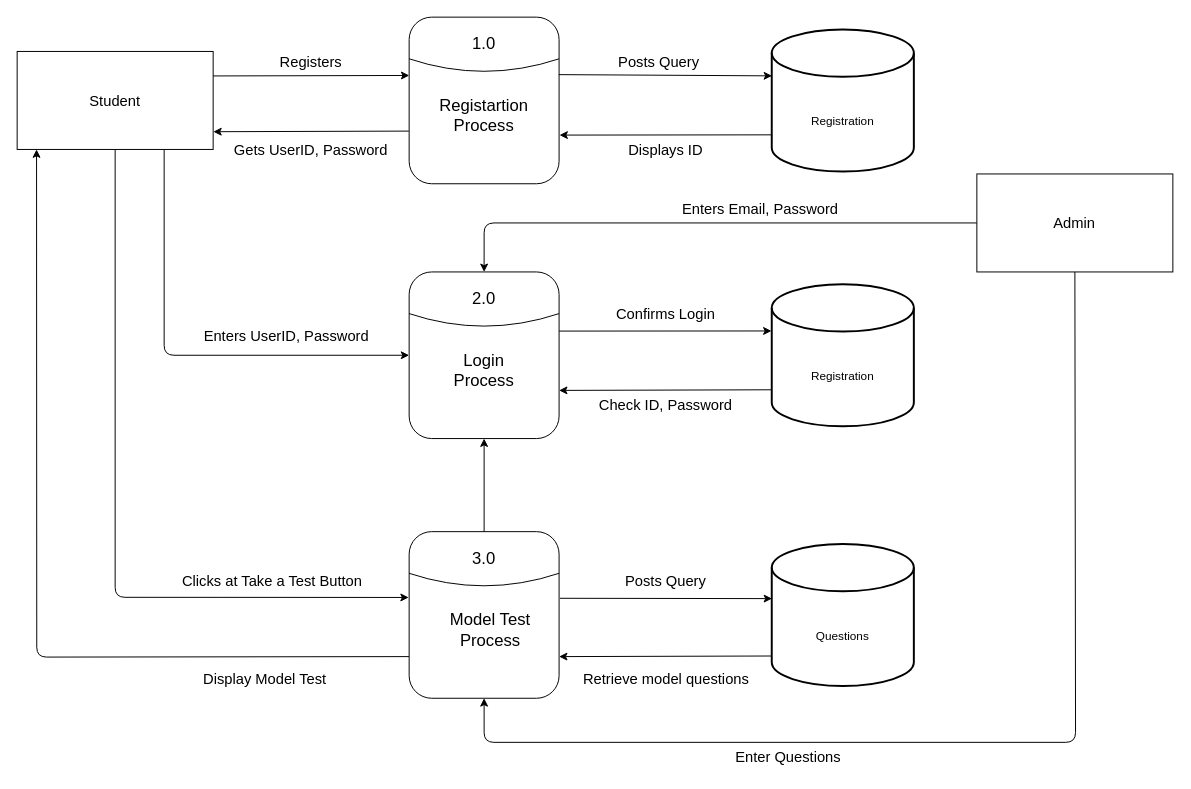
ghanteyyy/Online-Entrance-Preparation keeps this draw.io diagram as static/Project Diagram/Editable Designs/DFD - Level 1.drawio. Above is the earlier version. Source tidied: cells renumbered, new cells numbered last; positions are measured from the earlier drawing's top-left corner, leaving out a move shared by most shapes. Both pictures are drawn from the tidied source at 98%, with x=0, y=0 at pixel (17, 17).
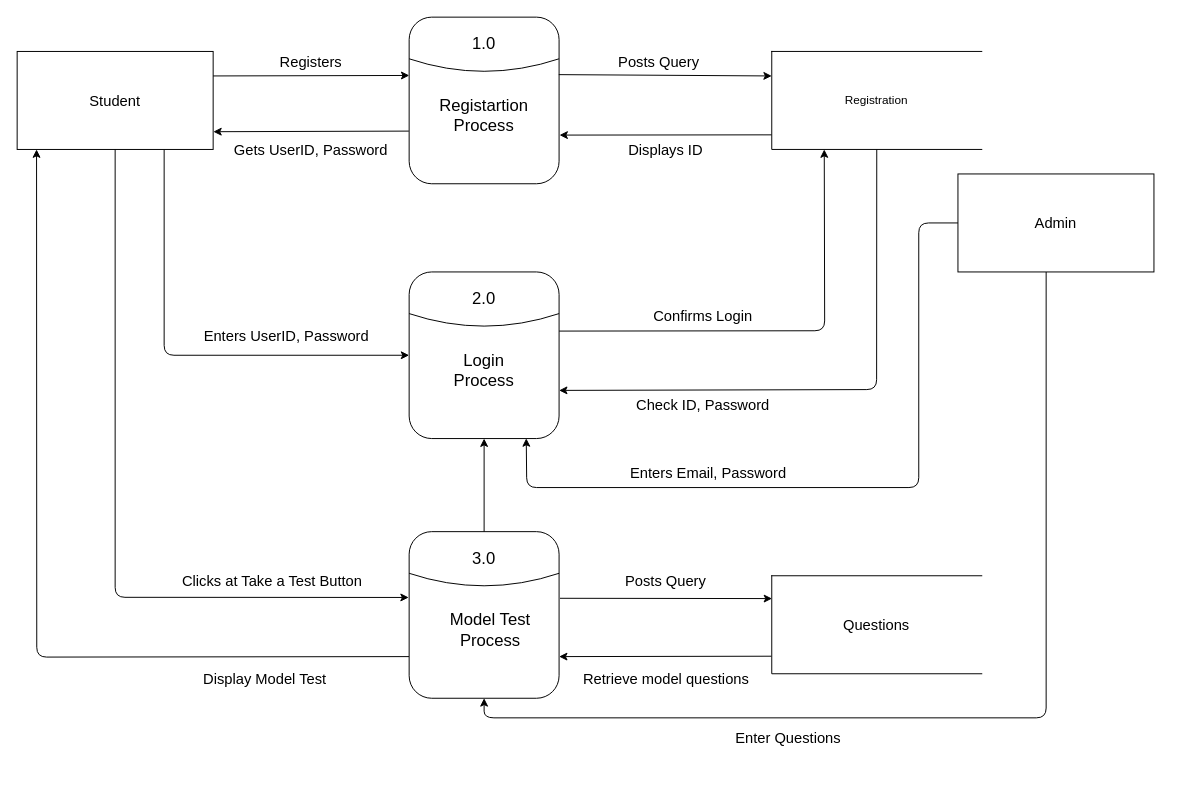
The same diagram, later.

Commit message (it also covers changes not shown here):
Updated diagrams and designs

The change refers to these unchanged cells:
```xml
<mxCell id="22" style="rounded=1;whiteSpace=wrap;html=1;" parent="21" vertex="1">
  <mxGeometry width="153" height="170" as="geometry" />
</mxCell>
<mxCell id="29" style="rounded=1;whiteSpace=wrap;html=1;" parent="28" vertex="1">
  <mxGeometry width="153" height="170" as="geometry" />
</mxCell>
<mxCell id="34" style="rounded=1;whiteSpace=wrap;html=1;" parent="33" vertex="1">
  <mxGeometry width="153" height="170" as="geometry" />
</mxCell>
```

The edit, as a diff of the source:
```diff
@@
-    <mxCell id="14" style="endArrow=classic;html=1;rounded=0;exitX=1;exitY=0.355;exitDx=0;exitDy=0;entryX=-0.002;entryY=0.329;entryDx=0;entryDy=0;exitPerimeter=0;entryPerimeter=0;" parent="1" edge="1" source="29" target="46">
-      <mxGeometry relative="1" as="geometry" />
+    <mxCell id="14" style="endArrow=classic;html=1;rounded=1;exitX=1;exitY=0.355;exitDx=0;exitDy=0;exitPerimeter=0;entryX=0.25;entryY=1;entryDx=0;entryDy=0;curved=0;" parent="1" edge="1" source="29" target="49">
+      <mxGeometry relative="1" as="geometry">
+        <Array as="points">
+          <mxPoint x="824" y="320" />
+        </Array>
+      </mxGeometry>
     </mxCell>
-    <mxCell id="15" style="endArrow=classic;html=1;rounded=0;exitX=-0.001;exitY=0.743;exitDx=0;exitDy=0;entryX=1;entryY=0.711;entryDx=0;entryDy=0;entryPerimeter=0;exitPerimeter=0;" parent="1" edge="1" source="46" target="29">
-      <mxGeometry relative="1" as="geometry" />
+    <mxCell id="15" style="endArrow=classic;html=1;rounded=1;entryX=1;entryY=0.711;entryDx=0;entryDy=0;entryPerimeter=0;exitX=0.5;exitY=1;exitDx=0;exitDy=0;curved=0;" parent="1" edge="1" source="49" target="29">
+      <mxGeometry relative="1" as="geometry">
+        <Array as="points">
+          <mxPoint x="877" y="380" />
+        </Array>
+      </mxGeometry>
     </mxCell>
     <mxCell id="16" value="&lt;font style=&quot;font-size: 15px;&quot;&gt;Check ID, Password&lt;/font&gt;" style="text;html=1;strokeColor=none;fillColor=none;align=center;verticalAlign=middle;whiteSpace=wrap;rounded=0;" parent="1" vertex="1">
-      <mxGeometry x="591.8" y="380" width="140" height="30" as="geometry" />
+      <mxGeometry x="630" y="380" width="140" height="30" as="geometry" />
     </mxCell>
     <mxCell id="17" value="&lt;font style=&quot;font-size: 15px;&quot;&gt;Confirms Login&lt;/font&gt;" style="text;html=1;strokeColor=none;fillColor=none;align=center;verticalAlign=middle;whiteSpace=wrap;rounded=0;" parent="1" vertex="1">
-      <mxGeometry x="606.8" y="288" width="110" height="30" as="geometry" />
+      <mxGeometry x="645" y="290" width="110" height="30" as="geometry" />
     </mxCell>
-    <mxCell id="18" style="endArrow=classic;html=1;rounded=0;exitX=1.006;exitY=0.4;exitDx=0;exitDy=0;entryX=0.002;entryY=0.385;entryDx=0;entryDy=0;entryPerimeter=0;exitPerimeter=0;" parent="1" edge="1" source="34" target="47">
-      <mxGeometry relative="1" as="geometry" />
+    <mxCell id="18" style="endArrow=classic;html=1;rounded=0;exitX=1.006;exitY=0.4;exitDx=0;exitDy=0;entryX=0.002;entryY=0.385;entryDx=0;entryDy=0;entryPerimeter=0;exitPerimeter=0;" parent="1" edge="1" source="34">
+      <mxGeometry relative="1" as="geometry">
+        <mxPoint x="770.3" y="593.3" as="targetPoint" />
+      </mxGeometry>
     </mxCell>
@@
-    <mxCell id="26" style="endArrow=classic;html=1;rounded=0;entryX=0.002;entryY=0.327;entryDx=0;entryDy=0;exitX=0.998;exitY=0.345;exitDx=0;exitDy=0;exitPerimeter=0;entryPerimeter=0;" parent="1" edge="1" source="22" target="45">
+    <mxCell id="26" style="endArrow=classic;html=1;rounded=0;entryX=0;entryY=0.25;entryDx=0;entryDy=0;exitX=0.998;exitY=0.345;exitDx=0;exitDy=0;exitPerimeter=0;" parent="1" edge="1" source="22" target="49">
       <mxGeometry relative="1" as="geometry" />
     </mxCell>
-    <mxCell id="27" style="endArrow=classic;html=1;rounded=0;exitX=0;exitY=0.742;exitDx=0;exitDy=0;entryX=1.003;entryY=0.708;entryDx=0;entryDy=0;exitPerimeter=0;entryPerimeter=0;" parent="1" edge="1" source="45" target="22">
+    <mxCell id="27" style="endArrow=classic;html=1;rounded=0;exitX=0;exitY=0.851;exitDx=0;exitDy=0;entryX=1.003;entryY=0.708;entryDx=0;entryDy=0;exitPerimeter=0;entryPerimeter=0;" parent="1" edge="1" source="49" target="22">
       <mxGeometry relative="1" as="geometry" />
     </mxCell>
@@
-    <mxCell id="38" style="endArrow=classic;html=1;rounded=0;entryX=1;entryY=0.75;entryDx=0;entryDy=0;exitX=-0.003;exitY=0.789;exitDx=0;exitDy=0;exitPerimeter=0;" parent="1" edge="1" source="47" target="34">
+    <mxCell id="38" style="endArrow=classic;html=1;rounded=0;entryX=1;entryY=0.75;entryDx=0;entryDy=0;exitX=-0.001;exitY=0.821;exitDx=0;exitDy=0;exitPerimeter=0;" parent="1" edge="1" source="47" target="34">
       <mxGeometry relative="1" as="geometry" />
     </mxCell>
@@
-    <mxCell id="40" style="edgeStyle=orthogonalEdgeStyle;rounded=1;jettySize=auto;html=1;exitX=0.5;exitY=1;exitDx=0;exitDy=0;entryX=0.5;entryY=1;entryDx=0;entryDy=0;" parent="1" edge="1" source="42" target="34">
-      <mxGeometry relative="1" as="geometry">
-        <Array as="points">
-          <mxPoint x="1080" y="235" />
-          <mxPoint x="1080" y="740" />
-          <mxPoint x="516" y="740" />
-        </Array>
-      </mxGeometry>
+    <mxCell id="40" style="edgeStyle=orthogonalEdgeStyle;rounded=1;jettySize=auto;html=1;entryX=0.5;entryY=1;entryDx=0;entryDy=0;exitX=0.45;exitY=1;exitDx=0;exitDy=0;exitPerimeter=0;" parent="1" edge="1" source="42" target="34">
+      <mxGeometry relative="1" as="geometry" />
     </mxCell>
-    <mxCell id="41" style="edgeStyle=orthogonalEdgeStyle;rounded=1;jettySize=auto;html=1;exitX=0;exitY=0.5;exitDx=0;exitDy=0;entryX=0.5;entryY=0;entryDx=0;entryDy=0;" parent="1" edge="1" source="42" target="29">
-      <mxGeometry relative="1" as="geometry" />
-    </mxCell>
     <mxCell id="42" value="&lt;font style=&quot;font-size: 15px;&quot;&gt;Admin&lt;/font&gt;" style="rounded=0;whiteSpace=wrap;html=1;" parent="1" vertex="1">
-      <mxGeometry x="979.3" y="160" width="200" height="100" as="geometry" />
+      <mxGeometry x="960" y="160" width="200" height="100" as="geometry" />
     </mxCell>
     <mxCell id="43" value="&lt;font style=&quot;font-size: 15px;&quot;&gt;Enters Email, Password&lt;/font&gt;" style="text;html=1;strokeColor=none;fillColor=none;align=center;verticalAlign=middle;whiteSpace=wrap;rounded=0;rotation=0;" parent="1" vertex="1">
-      <mxGeometry x="660" y="180" width="196.8" height="30" as="geometry" />
+      <mxGeometry x="606.8" y="450" width="196.8" height="30" as="geometry" />
     </mxCell>
     <mxCell id="44" value="&lt;font style=&quot;font-size: 15px;&quot;&gt;Enter Questions&lt;/font&gt;" style="text;html=1;strokeColor=none;fillColor=none;align=center;verticalAlign=middle;whiteSpace=wrap;rounded=0;" parent="1" vertex="1">
-      <mxGeometry x="716.8" y="740" width="140" height="30" as="geometry" />
+      <mxGeometry x="716.8" y="720" width="140" height="30" as="geometry" />
     </mxCell>
-    <mxCell id="45" value="&lt;div&gt;&lt;br&gt;&lt;/div&gt;&lt;div&gt;&lt;br&gt;&lt;/div&gt;&lt;div&gt;&lt;br&gt;&lt;/div&gt;Registration" style="strokeWidth=2;html=1;shape=mxgraph.flowchart.database;whiteSpace=wrap;" parent="1" vertex="1">
-      <mxGeometry x="770" y="12.5" width="145" height="145" as="geometry" />
-    </mxCell>
-    <mxCell id="46" value="&lt;div&gt;&lt;br&gt;&lt;/div&gt;&lt;div&gt;&lt;br&gt;&lt;/div&gt;&lt;div&gt;&lt;br&gt;&lt;/div&gt;Registration" style="strokeWidth=2;html=1;shape=mxgraph.flowchart.database;whiteSpace=wrap;" parent="1" vertex="1">
-      <mxGeometry x="770" y="272.5" width="145" height="145" as="geometry" />
-    </mxCell>
+    <mxCell id="48" style="edgeStyle=orthogonalEdgeStyle;rounded=0;jettySize=auto;html=1;" parent="1" edge="1" source="34" target="29">
+      <mxGeometry relative="1" as="geometry" />
+    </mxCell>
+    <mxCell id="41" style="endArrow=classic;html=1;rounded=1;exitX=0;exitY=0.5;exitDx=0;exitDy=0;entryX=0.781;entryY=0.999;entryDx=0;entryDy=0;entryPerimeter=0;curved=0;" parent="1" edge="1" source="42" target="29">
+      <mxGeometry relative="1" as="geometry">
+        <Array as="points">
+          <mxPoint x="920" y="210" />
+          <mxPoint x="920" y="480" />
+          <mxPoint x="520" y="480" />
+        </Array>
+      </mxGeometry>
+    </mxCell>
+    <mxCell id="49" value="Registration" style="html=1;dashed=0;whiteSpace=wrap;shape=partialRectangle;right=0;" parent="1" vertex="1">
+      <mxGeometry x="770" y="35" width="214.3" height="100" as="geometry" />
+    </mxCell>
-    <mxCell id="47" value="&lt;div&gt;&lt;br&gt;&lt;/div&gt;&lt;div&gt;&lt;br&gt;&lt;/div&gt;&lt;div&gt;&lt;br&gt;&lt;/div&gt;Questions" style="strokeWidth=2;html=1;shape=mxgraph.flowchart.database;whiteSpace=wrap;" parent="1" vertex="1">
-      <mxGeometry x="770" y="537.5" width="145" height="145" as="geometry" />
+    <mxCell id="47" value="&lt;font style=&quot;font-size: 15px;&quot;&gt;Questions&lt;/font&gt;" style="html=1;dashed=0;whiteSpace=wrap;shape=partialRectangle;right=0;" parent="1" vertex="1">
+      <mxGeometry x="770" y="570" width="214.3" height="100" as="geometry" />
     </mxCell>
-    <mxCell id="48" style="edgeStyle=orthogonalEdgeStyle;rounded=0;jettySize=auto;html=1;" parent="1" edge="1" source="34" target="29">
-      <mxGeometry relative="1" as="geometry" />
-    </mxCell>
```
